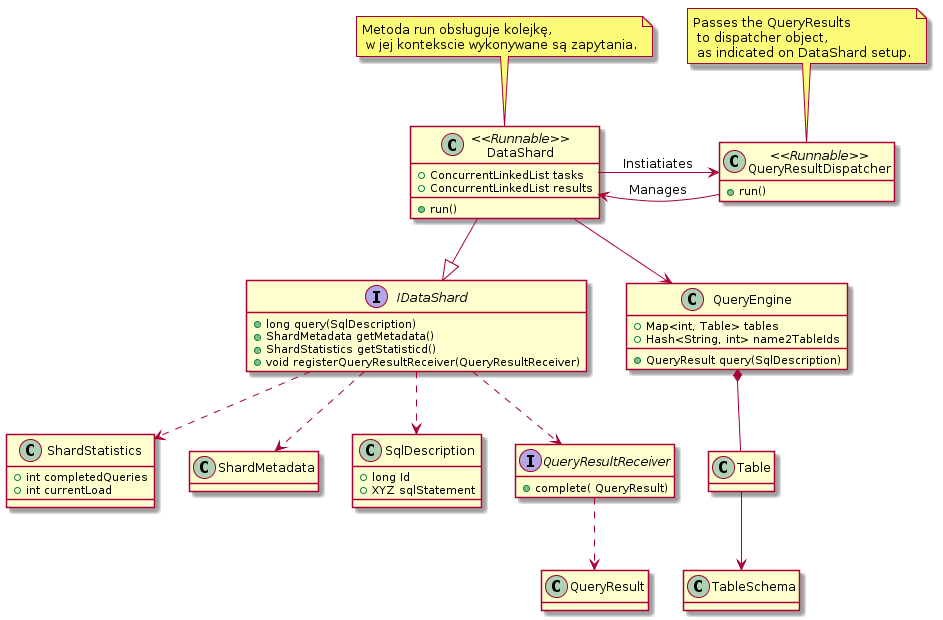
Above: documentation/architecture/DataShard.png in primo/rso-sql (PlantUML), before the change.
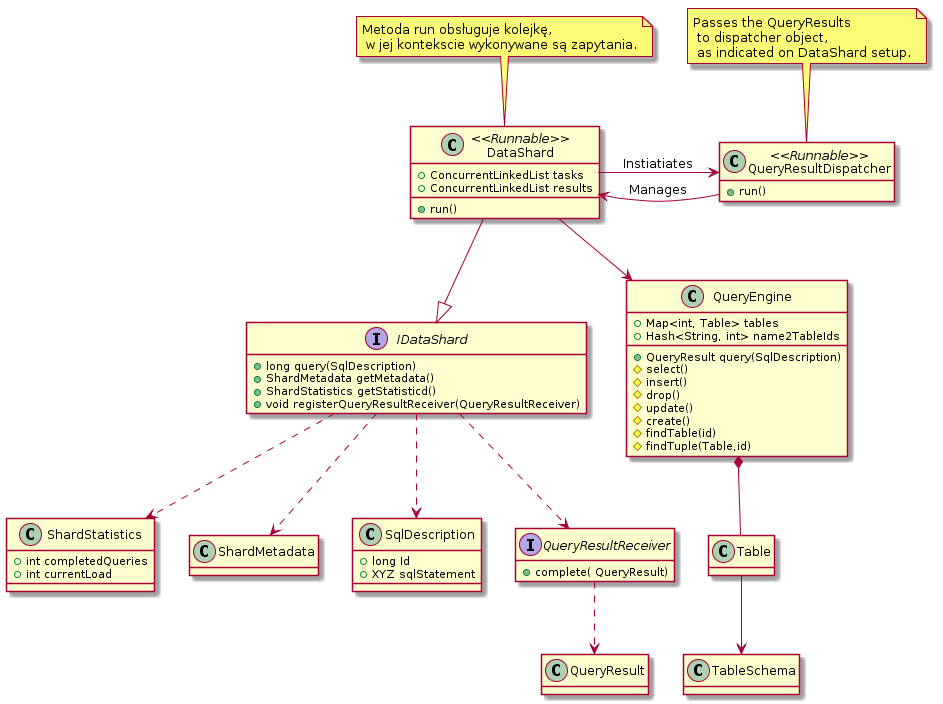
The same file after the commit.

Change to the diagram source:
```diff
@@ -57,6 +57,13 @@
     + QueryResult query(SqlDescription)
     + Map<int, Table> tables
     + Hash<String, int> name2TableIds
+    # select()
+    # insert()
+    # drop()
+    # update()
+    # create()
+    # findTable(id)
+    # findTuple(Table,id)
 }
 QueryEngine *-- Table
 
```
